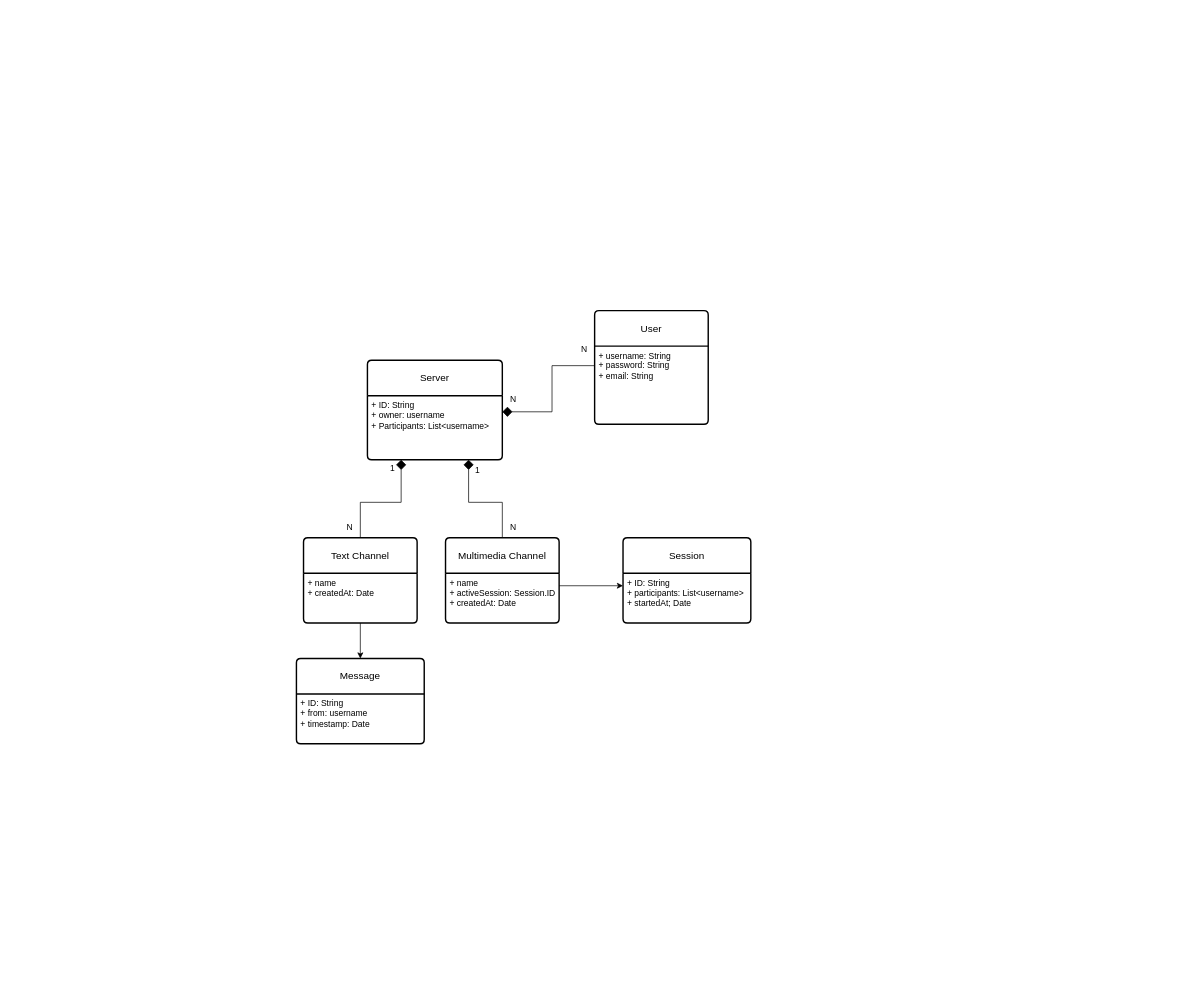
The draw.io diagram page "General" (1 of 7) of piperchat.drawio in zucchero-sintattico/piperchat, before the edit. Source tidied: cells renumbered, new cells numbered last; positions are measured from the earlier drawing's top-left corner, leaving out a move shared by most shapes. Both pictures are drawn from the tidied source at 71%, with x=0, y=0 at pixel (296, 310).
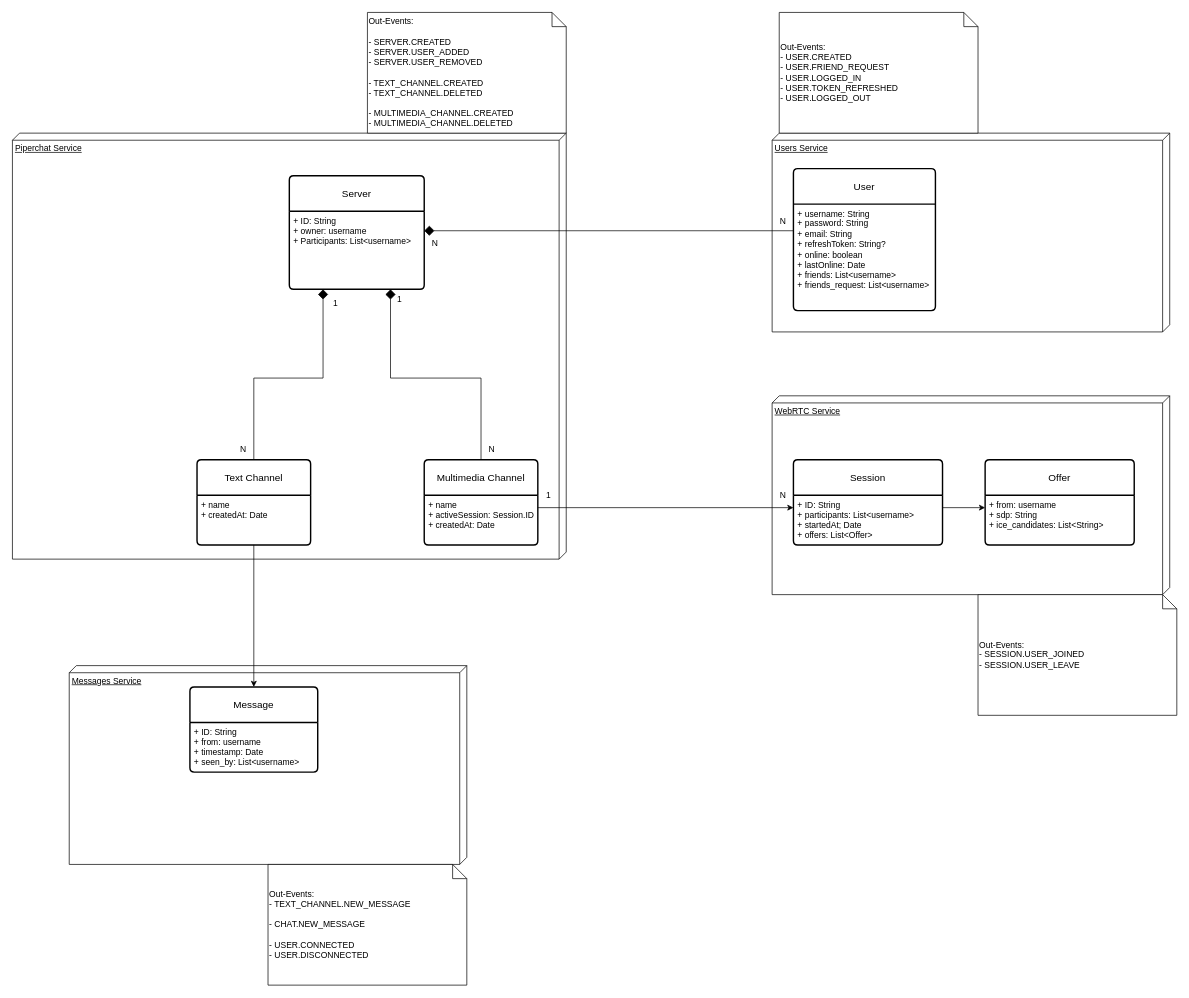
After the change.

Diff of the diagram source:
```diff
@@
+    <mxCell id="25" value="Messages Service" style="verticalAlign=top;align=left;spacingTop=8;spacingLeft=2;spacingRight=12;shape=cube;size=10;direction=south;fontStyle=4;html=1;whiteSpace=wrap;" parent="1" vertex="1">
+      <mxGeometry x="-320" y="500" width="560" height="280" as="geometry" />
+    </mxCell>
+    <mxCell id="26" value="Piperchat Service" style="verticalAlign=top;align=left;spacingTop=8;spacingLeft=2;spacingRight=12;shape=cube;size=10;direction=south;fontStyle=4;html=1;whiteSpace=wrap;" parent="1" vertex="1">
+      <mxGeometry x="-400" y="-250" width="780" height="600" as="geometry" />
+    </mxCell>
+    <mxCell id="27" value="Users Service" style="verticalAlign=top;align=left;spacingTop=8;spacingLeft=2;spacingRight=12;shape=cube;size=10;direction=south;fontStyle=4;html=1;whiteSpace=wrap;" parent="1" vertex="1">
+      <mxGeometry x="670" y="-250" width="560" height="280" as="geometry" />
+    </mxCell>
     <mxCell id="2" value="Server" style="swimlane;horizontal=1;startSize=50;rounded=1;fontSize=14;fontStyle=0;strokeWidth=2;shadow=0;dashed=0;align=center;arcSize=4;whiteSpace=wrap;html=1;" parent="1" vertex="1">
-      <mxGeometry x="100" y="70" width="190" height="140" as="geometry" />
+      <mxGeometry x="-10" y="-190" width="190" height="160" as="geometry" />
     </mxCell>
     <mxCell id="3" value="+ ID: String&lt;br&gt;+ owner: username&lt;br&gt;+ Participants: List&amp;lt;username&amp;gt;" style="align=left;strokeColor=none;fillColor=none;spacingLeft=4;fontSize=12;verticalAlign=top;html=1;" parent="2" vertex="1">
-      <mxGeometry y="50" width="190" height="90" as="geometry" />
+      <mxGeometry y="50" width="190" height="110" as="geometry" />
     </mxCell>
     <mxCell id="4" value="User" style="swimlane;horizontal=1;startSize=50;rounded=1;fontSize=14;fontStyle=0;strokeWidth=2;shadow=0;dashed=0;align=center;arcSize=4;whiteSpace=wrap;html=1;" parent="1" vertex="1">
-      <mxGeometry x="420" width="160" height="160" as="geometry" />
+      <mxGeometry x="700" y="-200" width="200" height="200" as="geometry" />
     </mxCell>
-    <mxCell id="5" value="+ username: String&lt;br&gt;+ password: String&lt;br&gt;+ email: String" style="align=left;strokeColor=none;fillColor=none;spacingLeft=4;fontSize=12;verticalAlign=top;html=1;" parent="4" vertex="1">
-      <mxGeometry y="50" width="160" height="110" as="geometry" />
+    <mxCell id="5" value="+ username: String&lt;br&gt;+ password: String&lt;br&gt;+ email: String&lt;br&gt;+ refreshToken: String?&lt;br&gt;+ online: boolean&lt;br&gt;+ lastOnline: Date&lt;br&gt;+ friends: List&amp;lt;username&amp;gt;&lt;br&gt;+ friends_request: List&amp;lt;username&amp;gt;" style="align=left;strokeColor=none;fillColor=none;spacingLeft=4;fontSize=12;verticalAlign=top;html=1;" parent="4" vertex="1">
+      <mxGeometry y="50" width="200" height="150" as="geometry" />
     </mxCell>
@@
     <mxCell id="7" value="Text Channel" style="swimlane;horizontal=1;startSize=50;rounded=1;fontSize=14;fontStyle=0;strokeWidth=2;shadow=0;dashed=0;align=center;arcSize=4;whiteSpace=wrap;html=1;" parent="1" vertex="1">
-      <mxGeometry x="10" y="320" width="160" height="120" as="geometry" />
+      <mxGeometry x="-140" y="210" width="160" height="120" as="geometry" />
     </mxCell>
@@
     <mxCell id="9" value="Multimedia Channel" style="swimlane;horizontal=1;startSize=50;rounded=1;fontSize=14;fontStyle=0;strokeWidth=2;shadow=0;dashed=0;align=center;arcSize=4;whiteSpace=wrap;html=1;" parent="1" vertex="1">
-      <mxGeometry x="210" y="320" width="160" height="120" as="geometry" />
+      <mxGeometry x="180" y="210" width="160" height="120" as="geometry" />
     </mxCell>
@@
     <mxCell id="12" value="1" style="text;html=1;align=center;verticalAlign=middle;strokeColor=none;fillColor=none;" parent="1" vertex="1">
-      <mxGeometry x="240" y="210" width="30" height="30" as="geometry" />
+      <mxGeometry x="130" y="-30" width="30" height="30" as="geometry" />
     </mxCell>
     <mxCell id="13" value="N" style="text;html=1;align=center;verticalAlign=middle;strokeColor=none;fillColor=none;" parent="1" vertex="1">
-      <mxGeometry x="290" y="290" width="30" height="30" as="geometry" />
+      <mxGeometry x="260" y="180" width="30" height="30" as="geometry" />
     </mxCell>
     <mxCell id="14" value="N" style="text;html=1;align=center;verticalAlign=middle;strokeColor=none;fillColor=none;" parent="1" vertex="1">
-      <mxGeometry x="60" y="290" width="30" height="30" as="geometry" />
+      <mxGeometry x="-90" y="180" width="30" height="30" as="geometry" />
     </mxCell>
+    <mxCell id="28" value="WebRTC Service" style="verticalAlign=top;align=left;spacingTop=8;spacingLeft=2;spacingRight=12;shape=cube;size=10;direction=south;fontStyle=4;html=1;whiteSpace=wrap;" parent="1" vertex="1">
+      <mxGeometry x="670" y="120" width="560" height="280" as="geometry" />
+    </mxCell>
     <mxCell id="15" value="1" style="text;html=1;align=center;verticalAlign=middle;strokeColor=none;fillColor=none;" parent="1" vertex="1">
-      <mxGeometry x="120" y="208" width="30" height="30" as="geometry" />
+      <mxGeometry x="40" y="-25" width="30" height="30" as="geometry" />
     </mxCell>
@@
     <mxCell id="17" value="N" style="text;html=1;align=center;verticalAlign=middle;strokeColor=none;fillColor=none;" parent="1" vertex="1">
-      <mxGeometry x="290" y="110" width="30" height="30" as="geometry" />
+      <mxGeometry x="180" y="-110" width="30" height="30" as="geometry" />
     </mxCell>
     <mxCell id="18" value="N" style="text;html=1;align=center;verticalAlign=middle;strokeColor=none;fillColor=none;" parent="1" vertex="1">
-      <mxGeometry x="390" y="40" width="30" height="30" as="geometry" />
+      <mxGeometry x="670" y="-140" width="30" height="30" as="geometry" />
     </mxCell>
     <mxCell id="19" value="Session" style="swimlane;horizontal=1;startSize=50;rounded=1;fontSize=14;fontStyle=0;strokeWidth=2;shadow=0;dashed=0;align=center;arcSize=4;whiteSpace=wrap;html=1;" parent="1" vertex="1">
-      <mxGeometry x="460" y="320" width="180" height="120" as="geometry" />
+      <mxGeometry x="700" y="210" width="210" height="120" as="geometry" />
     </mxCell>
-    <mxCell id="20" value="+ ID: String&lt;br&gt;+ participants: List&amp;lt;username&amp;gt;&lt;br&gt;+ startedAt; Date" style="align=left;strokeColor=none;fillColor=none;spacingLeft=4;fontSize=12;verticalAlign=top;html=1;" parent="19" vertex="1">
-      <mxGeometry y="50" width="180" height="70" as="geometry" />
+    <mxCell id="20" value="+ ID: String&lt;br&gt;+ participants: List&amp;lt;username&amp;gt;&lt;br&gt;+ startedAt; Date&lt;br&gt;+ offers: List&amp;lt;Offer&amp;gt;" style="align=left;strokeColor=none;fillColor=none;spacingLeft=4;fontSize=12;verticalAlign=top;html=1;" parent="19" vertex="1">
+      <mxGeometry y="50" width="210" height="70" as="geometry" />
     </mxCell>
@@
     <mxCell id="22" value="Message" style="swimlane;horizontal=1;startSize=50;rounded=1;fontSize=14;fontStyle=0;strokeWidth=2;shadow=0;dashed=0;align=center;arcSize=4;whiteSpace=wrap;html=1;" parent="1" vertex="1">
-      <mxGeometry y="490" width="180" height="120" as="geometry" />
+      <mxGeometry x="-150" y="530" width="180" height="120" as="geometry" />
     </mxCell>
-    <mxCell id="23" value="+ ID: String&lt;br&gt;+ from: username&lt;br&gt;+ timestamp: Date" style="align=left;strokeColor=none;fillColor=none;spacingLeft=4;fontSize=12;verticalAlign=top;html=1;" parent="22" vertex="1">
+    <mxCell id="23" value="+ ID: String&lt;br&gt;+ from: username&lt;br&gt;+ timestamp: Date&lt;br&gt;+ seen_by: List&amp;lt;username&amp;gt;" style="align=left;strokeColor=none;fillColor=none;spacingLeft=4;fontSize=12;verticalAlign=top;html=1;" parent="22" vertex="1">
       <mxGeometry y="50" width="180" height="70" as="geometry" />
     </mxCell>
@@
+    <mxCell id="29" value="Offer" style="swimlane;horizontal=1;startSize=50;rounded=1;fontSize=14;fontStyle=0;strokeWidth=2;shadow=0;dashed=0;align=center;arcSize=4;whiteSpace=wrap;html=1;" parent="1" vertex="1">
+      <mxGeometry x="970" y="210" width="210" height="120" as="geometry" />
+    </mxCell>
+    <mxCell id="30" value="+ from: username&lt;br&gt;+ sdp: String&lt;br&gt;+ ice_candidates: List&amp;lt;String&amp;gt;" style="align=left;strokeColor=none;fillColor=none;spacingLeft=4;fontSize=12;verticalAlign=top;html=1;" parent="29" vertex="1">
+      <mxGeometry y="50" width="210" height="70" as="geometry" />
+    </mxCell>
+    <mxCell id="31" style="edgeStyle=orthogonalEdgeStyle;rounded=0;jettySize=auto;html=1;exitX=1;exitY=0.25;exitDx=0;exitDy=0;entryX=0;entryY=0.25;entryDx=0;entryDy=0;" parent="1" edge="1" source="20" target="30">
+      <mxGeometry relative="1" as="geometry" />
+    </mxCell>
+    <mxCell id="32" value="1" style="text;html=1;align=center;verticalAlign=middle;strokeColor=none;fillColor=none;" parent="1" vertex="1">
+      <mxGeometry x="340" y="245" width="30" height="30" as="geometry" />
+    </mxCell>
+    <mxCell id="33" value="N" style="text;html=1;align=center;verticalAlign=middle;strokeColor=none;fillColor=none;" parent="1" vertex="1">
+      <mxGeometry x="670" y="245" width="30" height="30" as="geometry" />
+    </mxCell>
+    <mxCell id="34" value="Out-Events:&lt;br&gt;&lt;br&gt;- SERVER.CREATED&lt;br&gt;- SERVER.USER_ADDED&lt;br&gt;- SERVER.USER_REMOVED&lt;br&gt;&lt;br&gt;- TEXT_CHANNEL.CREATED&lt;br&gt;- TEXT_CHANNEL.DELETED&lt;br&gt;&lt;br&gt;- MULTIMEDIA_CHANNEL.CREATED&lt;br&gt;- MULTIMEDIA_CHANNEL.DELETED" style="shape=note;size=20;whiteSpace=wrap;html=1;align=left;" parent="1" vertex="1">
+      <mxGeometry x="100" y="-420" width="280" height="170" as="geometry" />
+    </mxCell>
+    <mxCell id="35" value="Out-Events:&lt;br&gt;- USER.CREATED&lt;br&gt;- USER.FRIEND_REQUEST&lt;br&gt;- USER.LOGGED_IN&lt;br&gt;- USER.TOKEN_REFRESHED&lt;br&gt;- USER.LOGGED_OUT" style="shape=note;size=20;whiteSpace=wrap;html=1;align=left;" parent="1" vertex="1">
+      <mxGeometry x="680" y="-420" width="280" height="170" as="geometry" />
+    </mxCell>
+    <mxCell id="36" value="Out-Events:&lt;br&gt;- TEXT_CHANNEL.NEW_MESSAGE&lt;br&gt;&lt;br&gt;- CHAT.NEW_MESSAGE&lt;br&gt;&lt;br&gt;- USER.CONNECTED&lt;br&gt;- USER.DISCONNECTED" style="shape=note;size=20;whiteSpace=wrap;html=1;align=left;" parent="1" vertex="1">
+      <mxGeometry x="-40" y="780" width="280" height="170" as="geometry" />
+    </mxCell>
+    <mxCell id="37" value="Out-Events:&lt;br&gt;- SESSION.USER_JOINED&lt;br&gt;- SESSION.USER_LEAVE&lt;br&gt;" style="shape=note;size=20;whiteSpace=wrap;html=1;align=left;" parent="1" vertex="1">
+      <mxGeometry x="960" y="400" width="280" height="170" as="geometry" />
+    </mxCell>
```
